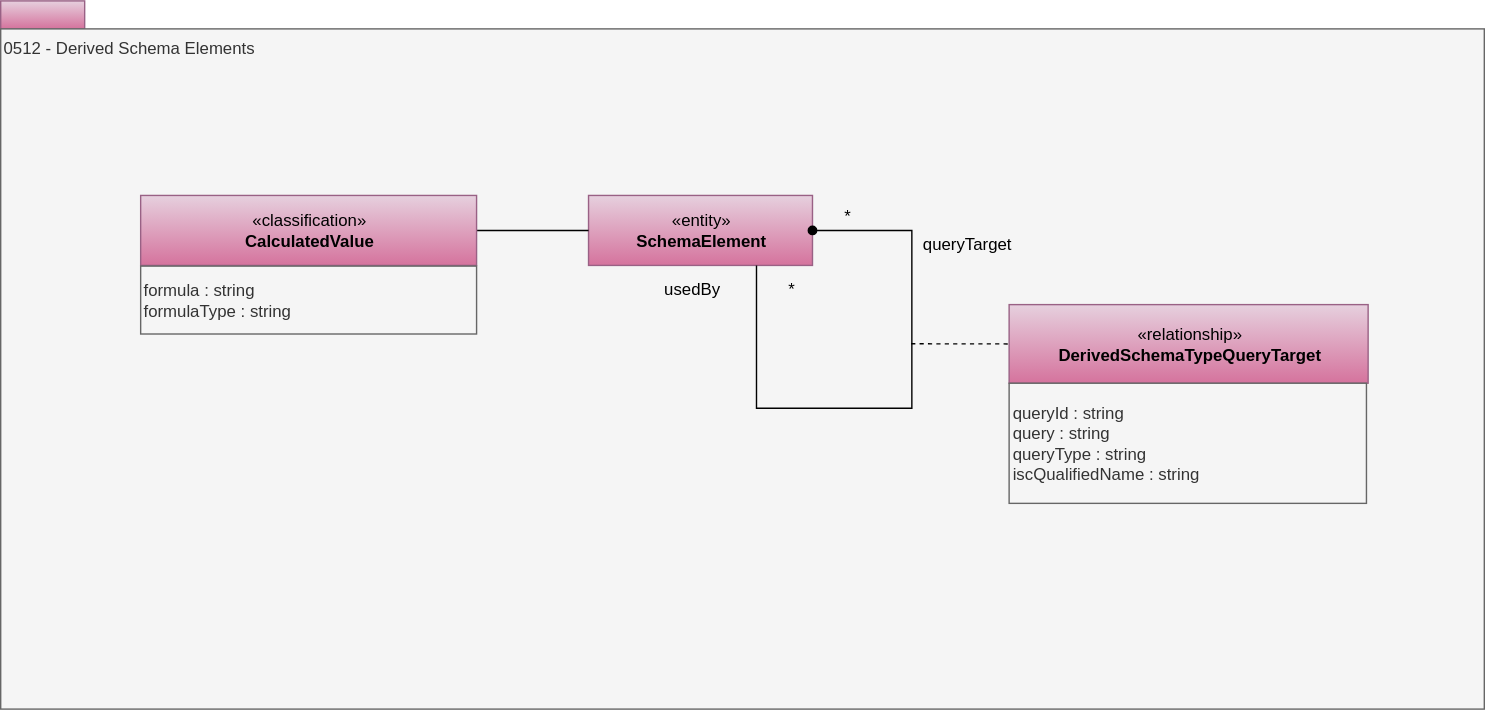
This is site/docs/types/5/0512-Derived-Schema-Elements.svg from odpi/egeria-docs, a draw.io export, as it was before one commit. Source tidied: cells renumbered, new cells last; positions are measured from the earlier drawing's top-left corner, leaving out a move shared by most shapes.
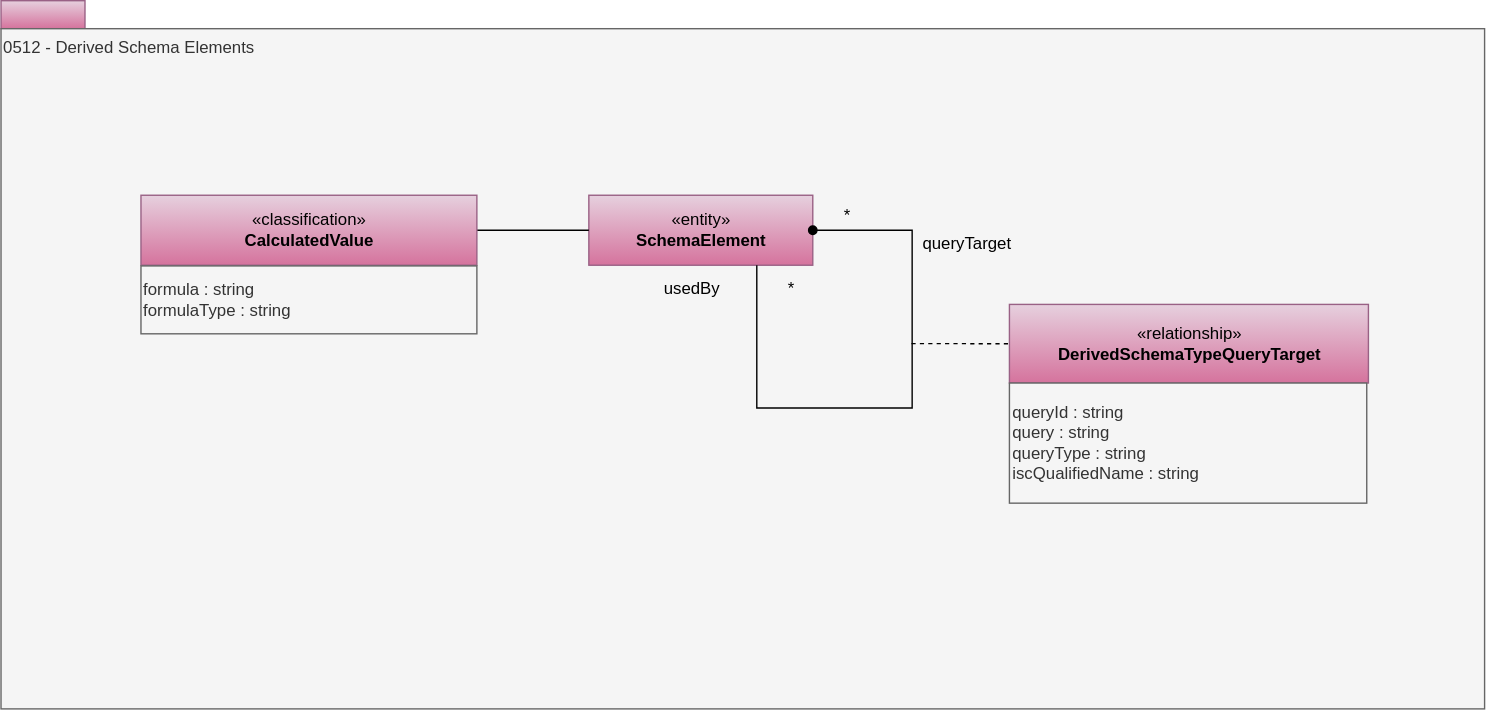
After the change.

Change to the diagram source:
```diff
@@ -1,43 +1,43 @@
 <mxGraphModel>
   <root>
-    <mxCell id="0" />
-    <mxCell id="1" parent="0" />
+    <mxCell id="16" />
+    <mxCell id="17" parent="16" />
-    <mxCell id="2" style="rounded=0;whiteSpace=wrap;html=1;align=left;fillColor=#e6d0de;strokeColor=#996185;gradientColor=#d5739d;" parent="1" vertex="1">
+    <mxCell id="2" style="rounded=0;whiteSpace=wrap;html=1;align=left;fillColor=#e6d0de;strokeColor=#996185;gradientColor=#d5739d;" parent="17" vertex="1">
       <mxGeometry width="60" height="20" as="geometry" />
     </mxCell>
-    <mxCell id="3" value="0512 - Derived Schema Elements" style="rounded=0;whiteSpace=wrap;html=1;align=left;verticalAlign=top;fillColor=#f5f5f5;fontColor=#333333;strokeColor=#666666;" parent="1" vertex="1">
+    <mxCell id="3" value="0512 - Derived Schema Elements" style="rounded=0;whiteSpace=wrap;html=1;align=left;verticalAlign=top;fillColor=#f5f5f5;fontColor=#333333;strokeColor=#666666;" parent="17" vertex="1">
       <mxGeometry y="20" width="1060" height="486" as="geometry" />
     </mxCell>
-    <mxCell id="4" value="«entity»&lt;br&gt;&lt;b&gt;SchemaElement&lt;/b&gt;" style="html=1;strokeColor=#996185;align=center;fillColor=#e6d0de;gradientColor=#d5739d;" parent="1" vertex="1">
+    <mxCell id="4" value="«entity»&lt;br&gt;&lt;b&gt;SchemaElement&lt;/b&gt;" style="html=1;strokeColor=#996185;align=center;fillColor=#e6d0de;gradientColor=#d5739d;" parent="17" vertex="1">
       <mxGeometry x="420" y="139" width="160" height="50" as="geometry" />
     </mxCell>
-    <mxCell id="5" value="*" style="text;html=1;strokeColor=none;fillColor=none;align=center;verticalAlign=middle;whiteSpace=wrap;rounded=0;" parent="1" vertex="1">
+    <mxCell id="5" value="*" style="text;html=1;strokeColor=none;fillColor=none;align=center;verticalAlign=middle;whiteSpace=wrap;rounded=0;" parent="17" vertex="1">
       <mxGeometry x="584.5" y="144" width="40" height="20" as="geometry" />
     </mxCell>
-    <mxCell id="6" value="queryTarget" style="text;html=1;strokeColor=none;fillColor=none;align=center;verticalAlign=middle;whiteSpace=wrap;rounded=0;" parent="1" vertex="1">
+    <mxCell id="6" value="queryTarget" style="text;html=1;strokeColor=none;fillColor=none;align=center;verticalAlign=middle;whiteSpace=wrap;rounded=0;" parent="17" vertex="1">
       <mxGeometry x="629" y="164" width="123" height="20" as="geometry" />
     </mxCell>
-    <mxCell id="7" value="*" style="text;html=1;strokeColor=none;fillColor=none;align=center;verticalAlign=middle;whiteSpace=wrap;rounded=0;" parent="1" vertex="1">
+    <mxCell id="7" value="*" style="text;html=1;strokeColor=none;fillColor=none;align=center;verticalAlign=middle;whiteSpace=wrap;rounded=0;" parent="17" vertex="1">
       <mxGeometry x="544.5" y="196" width="40" height="20" as="geometry" />
     </mxCell>
-    <mxCell id="8" value="usedBy" style="text;html=1;strokeColor=none;fillColor=none;align=center;verticalAlign=middle;whiteSpace=wrap;rounded=0;" parent="1" vertex="1">
+    <mxCell id="8" value="usedBy" style="text;html=1;strokeColor=none;fillColor=none;align=center;verticalAlign=middle;whiteSpace=wrap;rounded=0;" parent="17" vertex="1">
       <mxGeometry x="455" y="196" width="78" height="20" as="geometry" />
     </mxCell>
-    <mxCell id="9" style="endArrow=none;dashed=1;html=1;entryX=0;entryY=0.5;entryDx=0;entryDy=0;" parent="1" edge="1" target="14">
-      <mxGeometry relative="1" as="geometry">
-        <mxPoint x="650.5" y="245" as="sourcePoint" />
-      </mxGeometry>
-    </mxCell>
+    <mxCell id="18" style="endArrow=none;dashed=1;html=1;entryX=0;entryY=0.5;entryDx=0;entryDy=0;" parent="17" edge="1" target="14">
+      <mxGeometry relative="1" as="geometry">
+        <mxPoint x="650.5" y="245" as="sourcePoint" />
+      </mxGeometry>
+    </mxCell>
-    <mxCell id="10" style="edgeStyle=orthogonalEdgeStyle;rounded=0;jettySize=auto;html=1;exitX=1;exitY=0.5;exitDx=0;exitDy=0;entryX=0;entryY=0.5;entryDx=0;entryDy=0;startSize=6;endArrow=none;endFill=0;endSize=16;" parent="1" edge="1" source="11" target="4">
+    <mxCell id="10" style="edgeStyle=orthogonalEdgeStyle;rounded=0;jettySize=auto;html=1;exitX=1;exitY=0.5;exitDx=0;exitDy=0;entryX=0;entryY=0.5;entryDx=0;entryDy=0;startSize=6;endArrow=none;endFill=0;endSize=16;" parent="17" edge="1" source="11" target="4">
       <mxGeometry relative="1" as="geometry" />
     </mxCell>
-    <mxCell id="11" value="«classification»&lt;br&gt;&lt;b&gt;CalculatedValue&lt;/b&gt;" style="html=1;strokeColor=#996185;align=center;fillColor=#e6d0de;gradientColor=#d5739d;" parent="1" vertex="1">
+    <mxCell id="11" value="«classification»&lt;br&gt;&lt;b&gt;CalculatedValue&lt;/b&gt;" style="html=1;strokeColor=#996185;align=center;fillColor=#e6d0de;gradientColor=#d5739d;" parent="17" vertex="1">
       <mxGeometry x="100" y="139" width="240" height="50" as="geometry" />
     </mxCell>
-    <mxCell id="12" value="&lt;span style=&quot;white-space: normal&quot;&gt;formula : string&lt;br&gt;formulaType : string&lt;br&gt;&lt;/span&gt;" style="rounded=0;whiteSpace=wrap;html=1;strokeColor=#666666;align=left;fillColor=#f5f5f5;fontColor=#333333;" parent="1" vertex="1">
+    <mxCell id="12" value="&lt;span style=&quot;white-space: normal&quot;&gt;formula : string&lt;br&gt;formulaType : string&lt;br&gt;&lt;/span&gt;" style="rounded=0;whiteSpace=wrap;html=1;strokeColor=#666666;align=left;fillColor=#f5f5f5;fontColor=#333333;" parent="17" vertex="1">
       <mxGeometry x="100" y="189.5" width="240" height="48.5" as="geometry" />
     </mxCell>
-    <mxCell id="13" style="edgeStyle=orthogonalEdgeStyle;rounded=0;orthogonalLoop=1;jettySize=auto;html=1;exitX=1;exitY=0.5;exitDx=0;exitDy=0;endArrow=none;endFill=0;entryX=0.75;entryY=1;entryDx=0;entryDy=0;startArrow=oval;startFill=1;" parent="1" edge="1" source="4" target="4">
+    <mxCell id="13" style="edgeStyle=orthogonalEdgeStyle;rounded=0;orthogonalLoop=1;jettySize=auto;html=1;exitX=1;exitY=0.5;exitDx=0;exitDy=0;endArrow=none;endFill=0;entryX=0.75;entryY=1;entryDx=0;entryDy=0;startArrow=oval;startFill=1;" parent="17" edge="1" source="4" target="4">
       <mxGeometry relative="1" as="geometry">
         <Array as="points">
           <mxPoint x="651" y="164" />
@@ -46,10 +46,10 @@
         </Array>
       </mxGeometry>
     </mxCell>
-    <mxCell id="14" value="«relationship»&lt;br&gt;&lt;b&gt;DerivedSchemaTypeQueryTarget&lt;/b&gt;" style="html=1;strokeColor=#996185;align=center;fillColor=#e6d0de;gradientColor=#d5739d;" parent="1" vertex="1">
+    <mxCell id="14" value="«relationship»&lt;br&gt;&lt;b&gt;DerivedSchemaTypeQueryTarget&lt;/b&gt;" style="html=1;strokeColor=#996185;align=center;fillColor=#e6d0de;gradientColor=#d5739d;" parent="17" vertex="1">
       <mxGeometry x="720.5" y="217" width="256.5" height="56.2" as="geometry" />
     </mxCell>
-    <mxCell id="15" value="&lt;div style=&quot;text-align: left&quot;&gt;&lt;span&gt;queryId : string&lt;/span&gt;&lt;/div&gt;&lt;div style=&quot;text-align: left&quot;&gt;&lt;span&gt;query : string&lt;/span&gt;&lt;/div&gt;&lt;div style=&quot;text-align: left&quot;&gt;&lt;span&gt;queryType : string&lt;/span&gt;&lt;/div&gt;&lt;div style=&quot;text-align: left&quot;&gt;&lt;span&gt;iscQualifiedName : string&lt;/span&gt;&lt;/div&gt;" style="rounded=0;whiteSpace=wrap;html=1;strokeColor=#666666;align=left;fillColor=#f5f5f5;fontColor=#333333;" parent="1" vertex="1">
+    <mxCell id="15" value="&lt;div style=&quot;text-align: left&quot;&gt;&lt;span&gt;queryId : string&lt;/span&gt;&lt;/div&gt;&lt;div style=&quot;text-align: left&quot;&gt;&lt;span&gt;query : string&lt;/span&gt;&lt;/div&gt;&lt;div style=&quot;text-align: left&quot;&gt;&lt;span&gt;queryType : string&lt;/span&gt;&lt;/div&gt;&lt;div style=&quot;text-align: left&quot;&gt;&lt;span&gt;iscQualifiedName : string&lt;/span&gt;&lt;/div&gt;" style="rounded=0;whiteSpace=wrap;html=1;strokeColor=#666666;align=left;fillColor=#f5f5f5;fontColor=#333333;" parent="17" vertex="1">
       <mxGeometry x="720.5" y="273.2" width="255.3" height="85.8" as="geometry" />
     </mxCell>
   </root>
```
